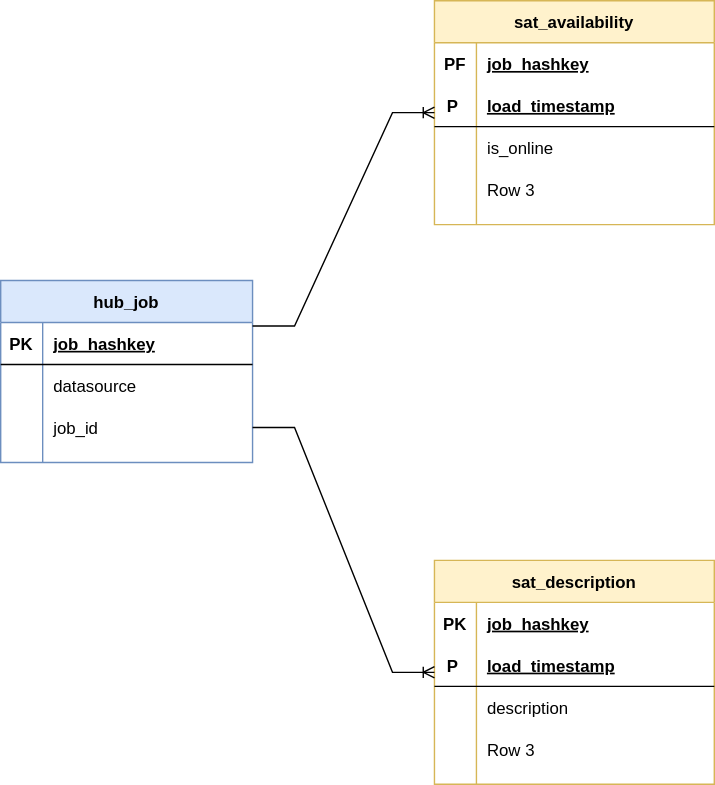
Above: doc/data-vault-model.drawio.svg in petracarrion/job-market-analytics (draw.io), before the change. Source tidied: cells renumbered, new cells last; positions are measured from the earlier drawing's top-left corner, leaving out a move shared by most shapes.
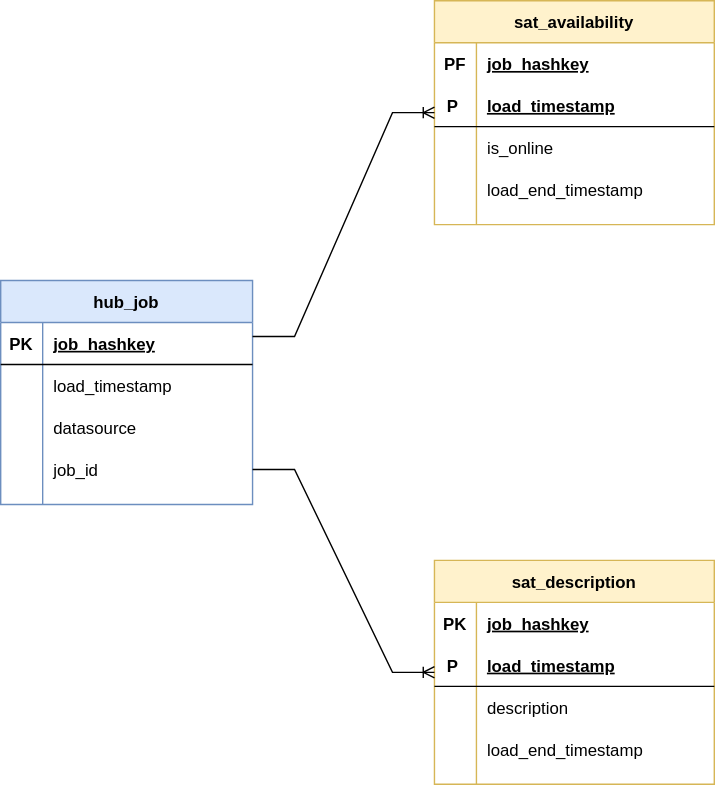
After the change.

The edit, as a diff of the source:
```diff
@@ -38,11 +38,11 @@
     <mxCell id="13" style="shape=partialRectangle;fillColor=none;top=0;left=0;bottom=0;right=0;overflow=hidden;" parent="12" vertex="1">
       <mxGeometry width="30" height="30" as="geometry" />
     </mxCell>
-    <mxCell id="14" value="Row 3" style="shape=partialRectangle;fillColor=none;top=0;left=0;bottom=0;right=0;align=left;spacingLeft=6;overflow=hidden;" parent="12" vertex="1">
+    <mxCell id="14" value="load_end_timestamp" style="shape=partialRectangle;fillColor=none;top=0;left=0;bottom=0;right=0;align=left;spacingLeft=6;overflow=hidden;" parent="12" vertex="1">
       <mxGeometry x="30" width="170" height="30" as="geometry" />
     </mxCell>
     <mxCell id="15" value="hub_job" style="shape=table;startSize=30;rowLines=0;fontStyle=1;align=center;fillColor=#dae8fc;strokeColor=#6c8ebf;swimlaneFillColor=default;" parent="1" vertex="1">
-      <mxGeometry y="200" width="180" height="130" as="geometry" />
+      <mxGeometry y="200" width="180" height="160" as="geometry" />
     </mxCell>
     <mxCell id="16" style="shape=partialRectangle;fillColor=none;top=0;left=0;bottom=1;right=0;" parent="15" vertex="1">
       <mxGeometry y="30" width="180" height="30" as="geometry" />
@@ -59,11 +59,20 @@
     <mxCell id="20" style="shape=partialRectangle;fillColor=none;top=0;left=0;bottom=0;right=0;overflow=hidden;" parent="19" vertex="1">
       <mxGeometry width="30" height="30" as="geometry" />
     </mxCell>
-    <mxCell id="21" value="datasource" style="shape=partialRectangle;fillColor=none;top=0;left=0;bottom=0;right=0;align=left;spacingLeft=6;overflow=hidden;" parent="19" vertex="1">
+    <mxCell id="21" value="load_timestamp" style="shape=partialRectangle;fillColor=none;top=0;left=0;bottom=0;right=0;align=left;spacingLeft=6;overflow=hidden;" parent="19" vertex="1">
       <mxGeometry x="30" width="150" height="30" as="geometry" />
     </mxCell>
+    <mxCell id="40" style="shape=partialRectangle;fillColor=none;top=0;left=0;bottom=0;right=0;" parent="15" vertex="1">
+      <mxGeometry y="90" width="180" height="30" as="geometry" />
+    </mxCell>
+    <mxCell id="41" style="shape=partialRectangle;fillColor=none;top=0;left=0;bottom=0;right=0;overflow=hidden;" parent="40" vertex="1">
+      <mxGeometry width="30" height="30" as="geometry" />
+    </mxCell>
+    <mxCell id="42" value="datasource" style="shape=partialRectangle;fillColor=none;top=0;left=0;bottom=0;right=0;align=left;spacingLeft=6;overflow=hidden;" parent="40" vertex="1">
+      <mxGeometry x="30" width="150" height="30" as="geometry" />
+    </mxCell>
     <mxCell id="22" style="shape=partialRectangle;fillColor=none;top=0;left=0;bottom=0;right=0;points=[[0,0.5],[1,0.5]];portConstraint=eastwest;" parent="15" vertex="1">
-      <mxGeometry y="90" width="180" height="30" as="geometry" />
+      <mxGeometry y="120" width="180" height="30" as="geometry" />
     </mxCell>
     <mxCell id="23" style="shape=partialRectangle;fillColor=none;top=0;left=0;bottom=0;right=0;overflow=hidden;" parent="22" vertex="1">
       <mxGeometry width="30" height="30" as="geometry" />
@@ -110,7 +119,7 @@
     <mxCell id="37" style="shape=partialRectangle;fillColor=none;top=0;left=0;bottom=0;right=0;overflow=hidden;" parent="36" vertex="1">
       <mxGeometry width="30" height="30" as="geometry" />
     </mxCell>
-    <mxCell id="38" value="Row 3" style="shape=partialRectangle;fillColor=none;top=0;left=0;bottom=0;right=0;align=left;spacingLeft=6;overflow=hidden;" parent="36" vertex="1">
+    <mxCell id="38" value="load_end_timestamp" style="shape=partialRectangle;fillColor=none;top=0;left=0;bottom=0;right=0;align=left;spacingLeft=6;overflow=hidden;" parent="36" vertex="1">
       <mxGeometry x="30" width="170" height="30" as="geometry" />
     </mxCell>
     <mxCell id="39" style="edgeStyle=entityRelationEdgeStyle;fontSize=12;html=1;endArrow=ERoneToMany;rounded=0;exitX=1;exitY=0.5;exitDx=0;exitDy=0;" parent="1" edge="1" source="22" target="26">
```
